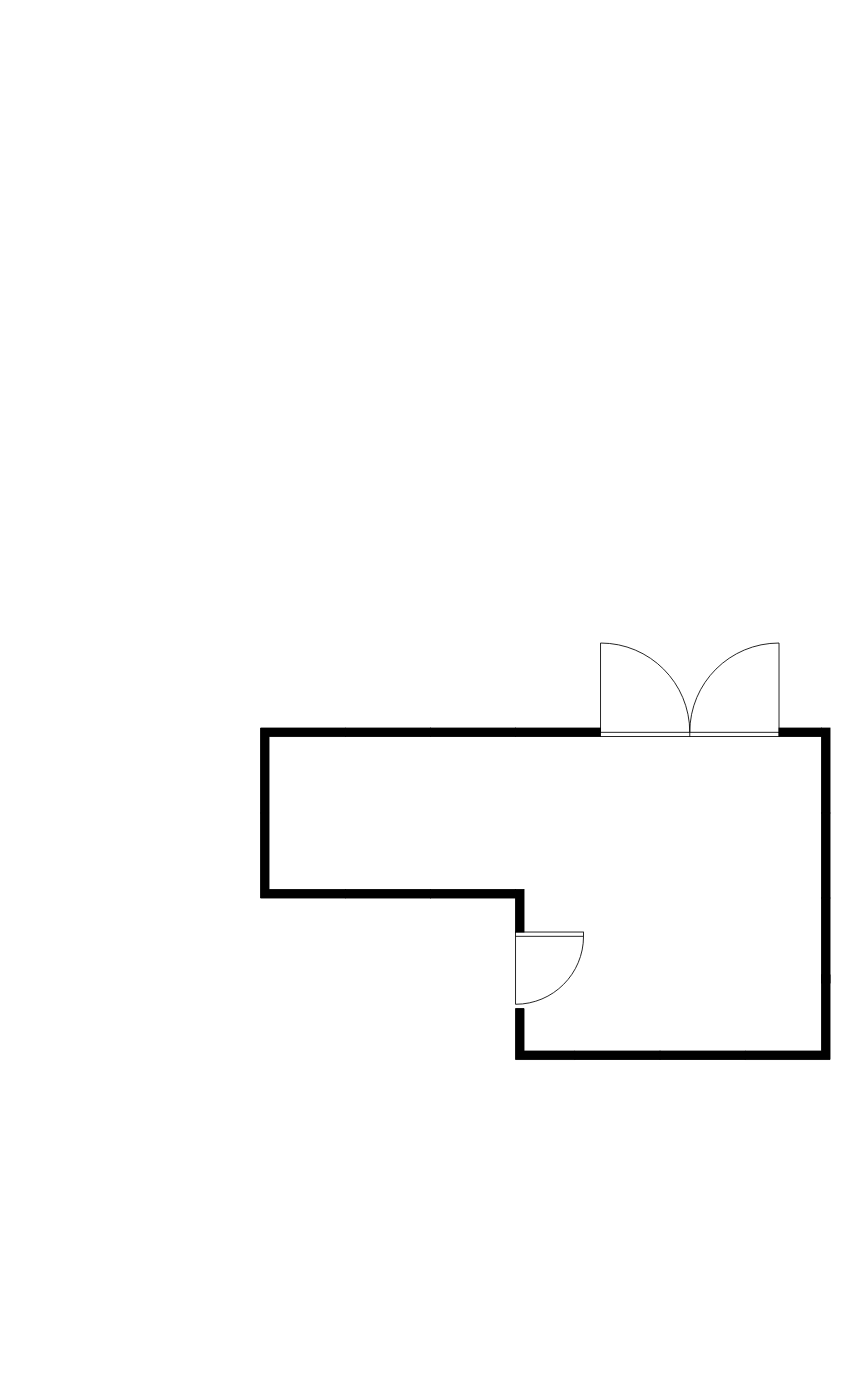
Above: Untitled Diagram.drawio in jwithey/tealby (draw.io), before the change. Source tidied: cells renumbered, new cells numbered last; positions are measured from the earlier drawing's top-left corner, leaving out a move shared by most shapes. Both pictures are drawn from the tidied source at 85%, with x=0, y=0 at pixel (260, 641).
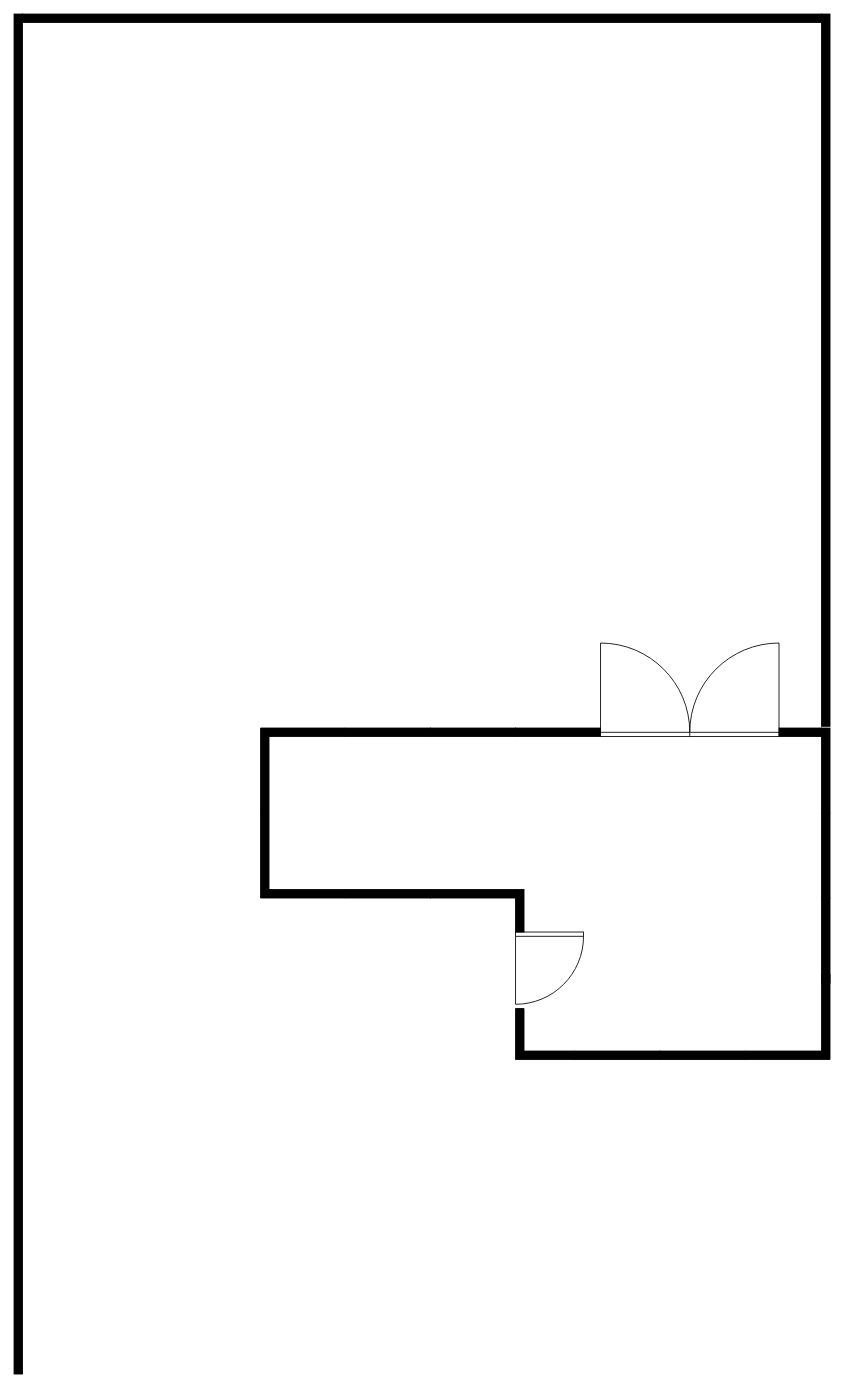
The same diagram, later.

The edit, as a diff of the source:
```diff
@@
+    <mxCell id="20" style="verticalLabelPosition=bottom;html=1;verticalAlign=top;align=center;shape=mxgraph.floorplan.wall;fillColor=#000000;direction=south;" parent="1" vertex="1">
+      <mxGeometry x="660" y="-738" width="10" height="838" as="geometry" />
+    </mxCell>
+    <mxCell id="21" style="verticalLabelPosition=bottom;html=1;verticalAlign=top;align=center;shape=mxgraph.floorplan.wall;fillColor=#000000;" parent="1" vertex="1">
+      <mxGeometry x="-280" y="-738" width="940" height="10" as="geometry" />
+    </mxCell>
+    <mxCell id="22" style="verticalLabelPosition=bottom;html=1;verticalAlign=top;align=center;shape=mxgraph.floorplan.wall;fillColor=#000000;direction=south;" parent="1" vertex="1">
+      <mxGeometry x="-290" y="-738" width="10" height="1600" as="geometry" />
+    </mxCell>
```
